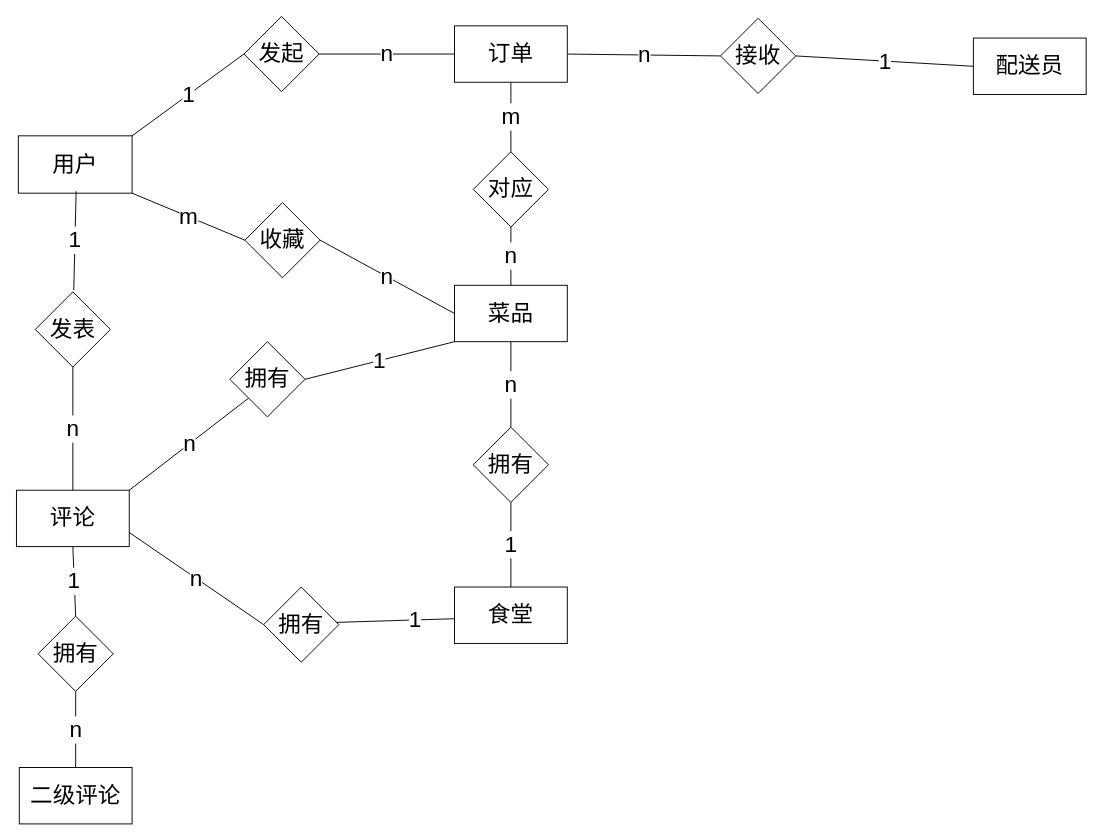
Above: E-R.drawio in arong489/buaa-hungry (draw.io), before the change. Source tidied: cells renumbered, new cells numbered last; positions are measured from the earlier drawing's top-left corner, leaving out a move shared by most shapes. Both pictures are drawn from the tidied source at 94%, with x=0, y=0 at pixel (16, 16).
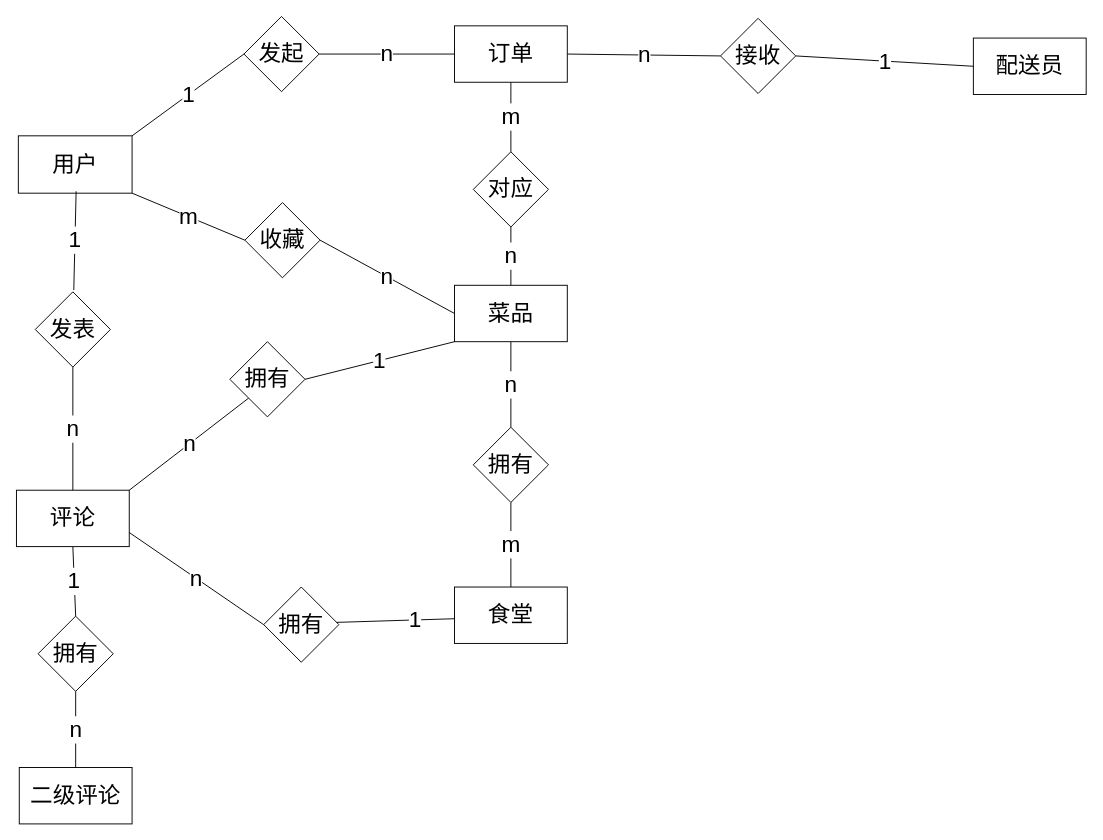
The same page after the edit.

The change refers to these unchanged cells:
```xml
<mxCell id="15" value="食堂" style="rounded=0;whiteSpace=wrap;html=1;fontSize=24;" parent="1" vertex="1">
  <mxGeometry x="466" y="607" width="120" height="60" as="geometry" />
</mxCell>
<mxCell id="26" value="拥有" style="rhombus;whiteSpace=wrap;html=1;fontSize=24;" parent="1" vertex="1">
  <mxGeometry x="486" y="437" width="80" height="80" as="geometry" />
</mxCell>
```

The edit, as a diff of the source:
```diff
@@
-    <mxCell id="25" value="1" style="edgeStyle=none;html=1;exitX=0.5;exitY=1;exitDx=0;exitDy=0;entryX=0.5;entryY=0;entryDx=0;entryDy=0;fontSize=24;endArrow=none;endFill=0;" parent="1" edge="1" source="26" target="15">
+    <mxCell id="25" value="m" style="edgeStyle=none;html=1;exitX=0.5;exitY=1;exitDx=0;exitDy=0;entryX=0.5;entryY=0;entryDx=0;entryDy=0;fontSize=24;endArrow=none;endFill=0;" parent="1" edge="1" source="26" target="15">
       <mxGeometry relative="1" as="geometry" />
     </mxCell>
```
